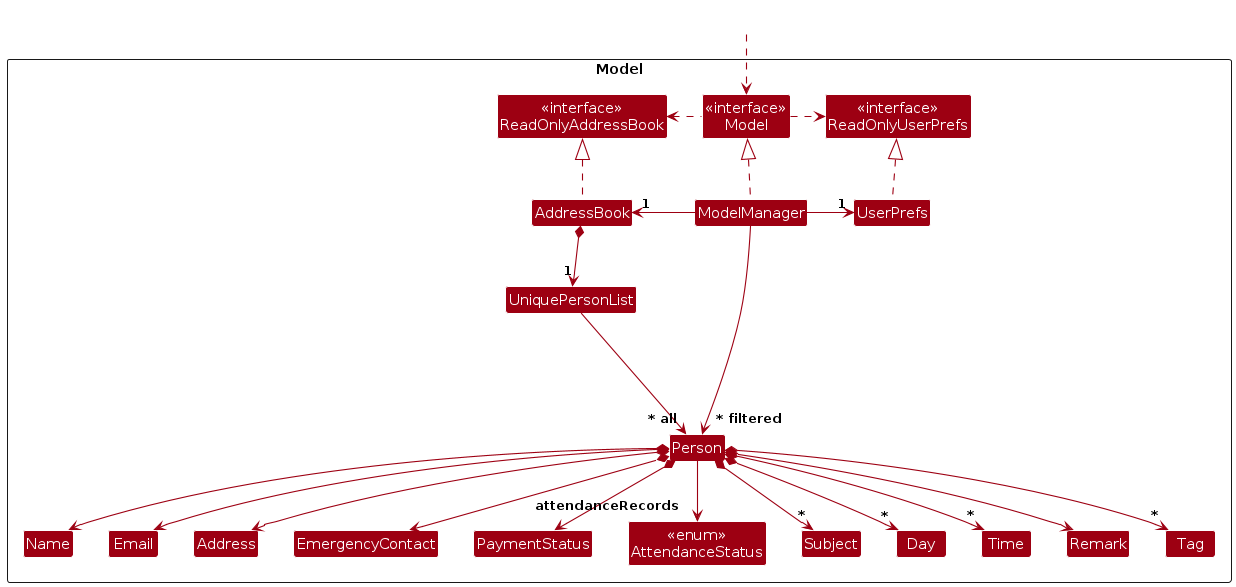
Earlier version of the PlantUML export diagrams/ModelClassDiagram.png (AY2526S2-CS2103T-T09-2/tp). Its source is kept beside it as diagrams/ModelClassDiagram.puml.
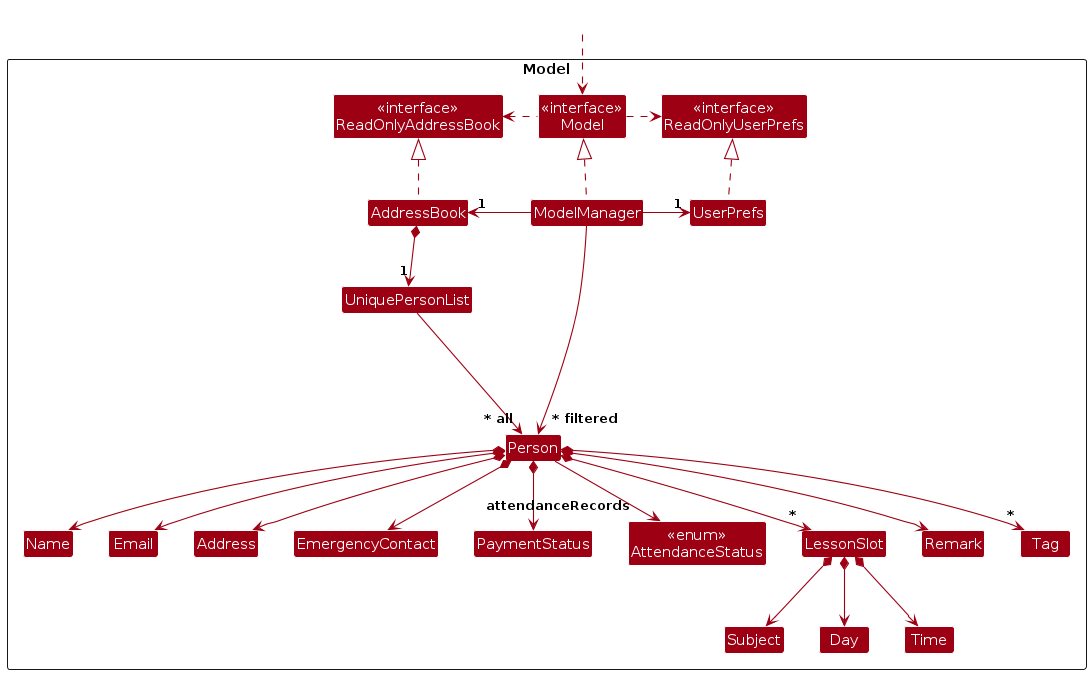
Above is the later version.

Diff of the diagram source:
```diff
@@ -17,6 +17,7 @@
 Class Address
 Class Email
 Class Name
+Class LessonSlot
 Class Subject
 Class Day
 Class Time
@@ -46,9 +47,10 @@
 Person *--> Name
 Person *--> Email
 Person *--> Address
-Person *--> "*" Subject
-Person *--> "*" Day
-Person *--> "*" Time
+Person *--> "*" LessonSlot
+LessonSlot *--> Subject
+LessonSlot *--> Day
+LessonSlot *--> Time
 Person *--> EmergencyContact
 Person *--> PaymentStatus
 Person *--> Remark
```
